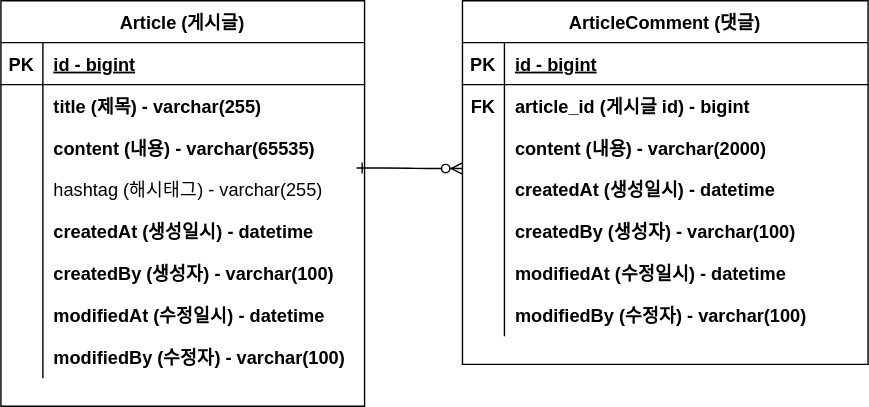
Before: document/board-project.drawio.svg, a diagram exported from draw.io (Seong-Hoon-Lim/fastcampus-board-project). Source tidied: cells renumbered, new cells last; positions are measured from the earlier drawing's top-left corner, leaving out a move shared by most shapes.
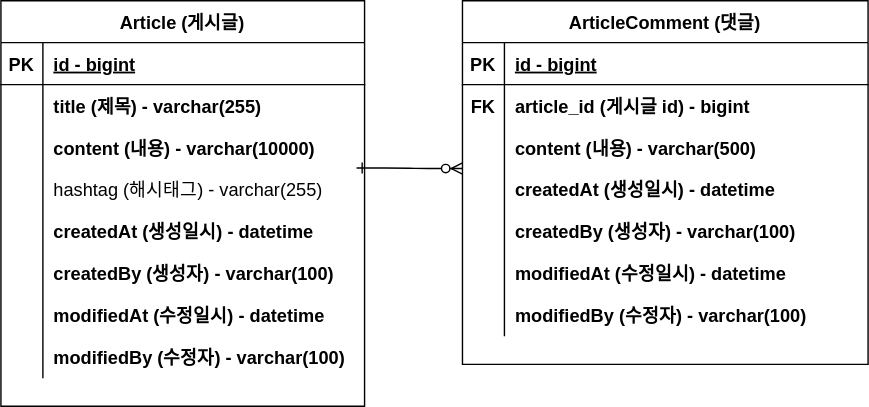
After the change.

Commit message:
#10 - ERD 업데이트: content 사이즈 변경

The edit, as a diff of the source:
```diff
@@ -34,7 +34,7 @@
     <mxCell id="11" style="shape=partialRectangle;overflow=hidden;fillColor=none;top=0;left=0;bottom=0;right=0;fontSize=13;" parent="10" vertex="1">
       <mxGeometry width="30" height="30" as="geometry" />
     </mxCell>
-    <mxCell id="12" value="content (내용) - varchar(65535)" style="shape=partialRectangle;overflow=hidden;fillColor=none;top=0;left=0;bottom=0;right=0;align=left;spacingLeft=6;fontStyle=1;fontSize=13;" parent="10" vertex="1">
+    <mxCell id="12" value="content (내용) - varchar(10000)" style="shape=partialRectangle;overflow=hidden;fillColor=none;top=0;left=0;bottom=0;right=0;align=left;spacingLeft=6;fontStyle=1;fontSize=13;" parent="10" vertex="1">
       <mxGeometry x="30" width="230" height="30" as="geometry" />
     </mxCell>
     <mxCell id="13" style="shape=partialRectangle;fillColor=none;top=0;left=0;right=0;bottom=0;fontSize=13;" parent="3" vertex="1">
@@ -109,7 +109,7 @@
     <mxCell id="36" style="shape=partialRectangle;overflow=hidden;fillColor=none;top=0;left=0;bottom=0;right=0;fontSize=13;" parent="35" vertex="1">
       <mxGeometry width="30" height="30" as="geometry" />
     </mxCell>
-    <mxCell id="37" value="content (내용) - varchar(2000)" style="shape=partialRectangle;overflow=hidden;fillColor=none;top=0;left=0;bottom=0;right=0;align=left;spacingLeft=6;fontStyle=1;fontSize=13;" parent="35" vertex="1">
+    <mxCell id="37" value="content (내용) - varchar(500)" style="shape=partialRectangle;overflow=hidden;fillColor=none;top=0;left=0;bottom=0;right=0;align=left;spacingLeft=6;fontStyle=1;fontSize=13;" parent="35" vertex="1">
       <mxGeometry x="30" width="260" height="30" as="geometry" />
     </mxCell>
     <mxCell id="38" style="shape=partialRectangle;fillColor=none;top=0;left=0;right=0;bottom=0;fontSize=13;" parent="28" vertex="1">
```
